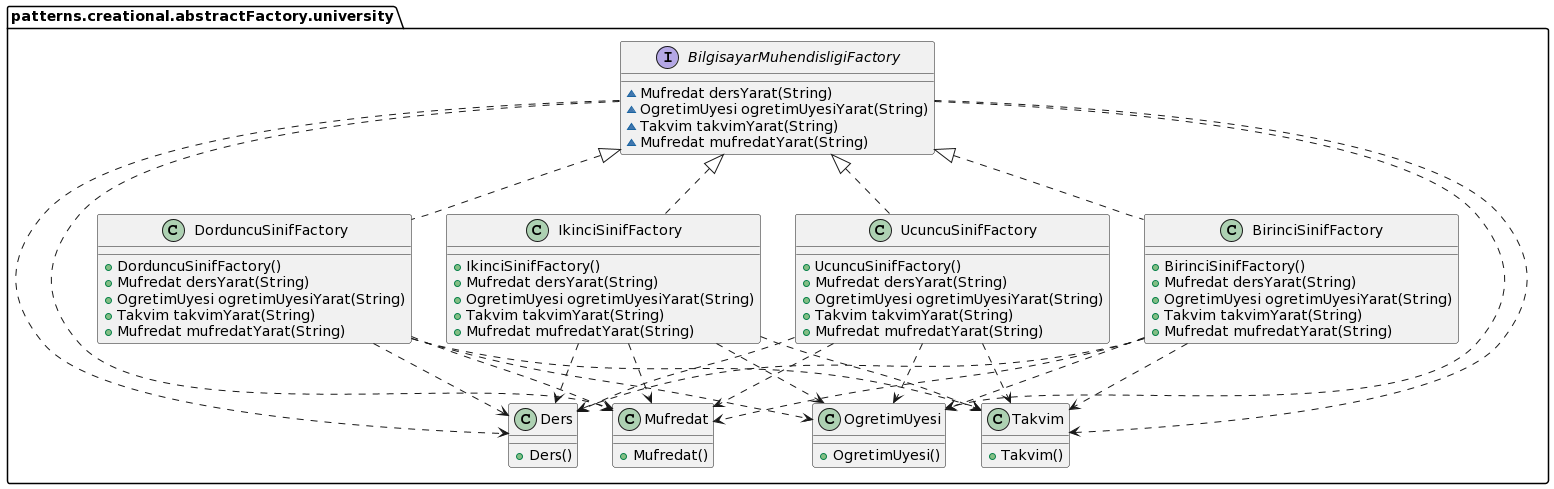
This is umls/creational/AbstractFactoryUML.png from MertBaran/Design-Patterns, a PlantUML export, as it was before one commit. The source it was exported from:
```plantuml
@startuml
class patterns.creational.abstractFactory.university.DorduncuSinifFactory {
+ DorduncuSinifFactory()
+ Mufredat dersYarat(String)
+ OgretimUyesi ogretimUyesiYarat(String)
+ Takvim takvimYarat(String)
+ Mufredat mufredatYarat(String)
}
class patterns.creational.abstractFactory.university.Ders {
+ Ders()
}
class patterns.creational.abstractFactory.university.Mufredat {
+  Mufredat()
}
interface patterns.creational.abstractFactory.university.BilgisayarMuhendisligiFactory {
~ Mufredat dersYarat(String)
~ OgretimUyesi ogretimUyesiYarat(String)
~ Takvim takvimYarat(String)
~ Mufredat mufredatYarat(String)
}
class patterns.creational.abstractFactory.university.OgretimUyesi {
+  OgretimUyesi()
}
class patterns.creational.abstractFactory.university.Takvim {
+ Takvim()
}
class patterns.creational.abstractFactory.university.IkinciSinifFactory {
+ IkinciSinifFactory()
+ Mufredat dersYarat(String)
+ OgretimUyesi ogretimUyesiYarat(String)
+ Takvim takvimYarat(String)
+ Mufredat mufredatYarat(String)
}
class patterns.creational.abstractFactory.university.UcuncuSinifFactory {
+ UcuncuSinifFactory()
+ Mufredat dersYarat(String)
+ OgretimUyesi ogretimUyesiYarat(String)
+ Takvim takvimYarat(String)
+ Mufredat mufredatYarat(String)
}
class patterns.creational.abstractFactory.university.BirinciSinifFactory {
+ BirinciSinifFactory()
+ Mufredat dersYarat(String)
+ OgretimUyesi ogretimUyesiYarat(String)
+ Takvim takvimYarat(String)
+ Mufredat mufredatYarat(String)
}


patterns.creational.abstractFactory.university.BilgisayarMuhendisligiFactory ..> patterns.creational.abstractFactory.university.Ders
patterns.creational.abstractFactory.university.BilgisayarMuhendisligiFactory ..> patterns.creational.abstractFactory.university.Mufredat
patterns.creational.abstractFactory.university.BilgisayarMuhendisligiFactory ..> patterns.creational.abstractFactory.university.Takvim
patterns.creational.abstractFactory.university.BilgisayarMuhendisligiFactory ..> patterns.creational.abstractFactory.university.OgretimUyesi
patterns.creational.abstractFactory.university.BilgisayarMuhendisligiFactory <|.. patterns.creational.abstractFactory.university.DorduncuSinifFactory
patterns.creational.abstractFactory.university.DorduncuSinifFactory ..> patterns.creational.abstractFactory.university.Ders
patterns.creational.abstractFactory.university.DorduncuSinifFactory ..> patterns.creational.abstractFactory.university.Mufredat
patterns.creational.abstractFactory.university.DorduncuSinifFactory ..> patterns.creational.abstractFactory.university.OgretimUyesi
patterns.creational.abstractFactory.university.DorduncuSinifFactory ..> patterns.creational.abstractFactory.university.Takvim
patterns.creational.abstractFactory.university.BilgisayarMuhendisligiFactory <|.. patterns.creational.abstractFactory.university.IkinciSinifFactory
patterns.creational.abstractFactory.university.IkinciSinifFactory ..> patterns.creational.abstractFactory.university.Ders
patterns.creational.abstractFactory.university.IkinciSinifFactory ..> patterns.creational.abstractFactory.university.Mufredat
patterns.creational.abstractFactory.university.IkinciSinifFactory ..> patterns.creational.abstractFactory.university.OgretimUyesi
patterns.creational.abstractFactory.university.IkinciSinifFactory ..> patterns.creational.abstractFactory.university.Takvim
patterns.creational.abstractFactory.university.BilgisayarMuhendisligiFactory <|.. patterns.creational.abstractFactory.university.UcuncuSinifFactory
patterns.creational.abstractFactory.university.UcuncuSinifFactory ..> patterns.creational.abstractFactory.university.Ders
patterns.creational.abstractFactory.university.UcuncuSinifFactory ..> patterns.creational.abstractFactory.university.Mufredat
patterns.creational.abstractFactory.university.UcuncuSinifFactory ..> patterns.creational.abstractFactory.university.OgretimUyesi
patterns.creational.abstractFactory.university.UcuncuSinifFactory ..> patterns.creational.abstractFactory.university.Takvim
patterns.creational.abstractFactory.university.BilgisayarMuhendisligiFactory <|.. patterns.creational.abstractFactory.university.BirinciSinifFactory
patterns.creational.abstractFactory.university.BirinciSinifFactory ..> patterns.creational.abstractFactory.university.Ders
patterns.creational.abstractFactory.university.BirinciSinifFactory ..> patterns.creational.abstractFactory.university.Mufredat
patterns.creational.abstractFactory.university.BirinciSinifFactory ..> patterns.creational.abstractFactory.university.OgretimUyesi
patterns.creational.abstractFactory.university.BirinciSinifFactory ..> patterns.creational.abstractFactory.university.Takvim
@enduml
```
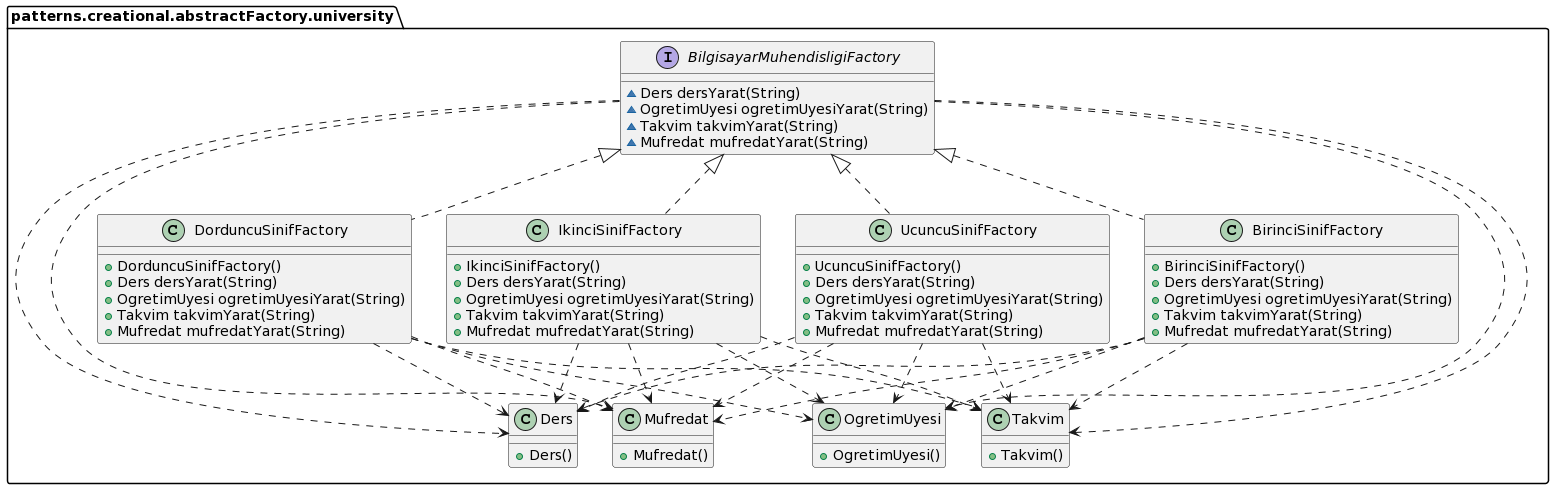
After the change.

Change to the diagram source:
```diff
@@ -1,7 +1,7 @@
 @startuml
 class patterns.creational.abstractFactory.university.DorduncuSinifFactory {
 + DorduncuSinifFactory()
-+ Mufredat dersYarat(String)
++ Ders dersYarat(String)
 + OgretimUyesi ogretimUyesiYarat(String)
 + Takvim takvimYarat(String)
 + Mufredat mufredatYarat(String)
@@ -13,7 +13,7 @@
 +  Mufredat()
 }
 interface patterns.creational.abstractFactory.university.BilgisayarMuhendisligiFactory {
-~ Mufredat dersYarat(String)
+~ Ders dersYarat(String)
 ~ OgretimUyesi ogretimUyesiYarat(String)
 ~ Takvim takvimYarat(String)
 ~ Mufredat mufredatYarat(String)
@@ -26,21 +26,21 @@
 }
 class patterns.creational.abstractFactory.university.IkinciSinifFactory {
 + IkinciSinifFactory()
-+ Mufredat dersYarat(String)
++ Ders dersYarat(String)
 + OgretimUyesi ogretimUyesiYarat(String)
 + Takvim takvimYarat(String)
 + Mufredat mufredatYarat(String)
 }
 class patterns.creational.abstractFactory.university.UcuncuSinifFactory {
 + UcuncuSinifFactory()
-+ Mufredat dersYarat(String)
++ Ders dersYarat(String)
 + OgretimUyesi ogretimUyesiYarat(String)
 + Takvim takvimYarat(String)
 + Mufredat mufredatYarat(String)
 }
 class patterns.creational.abstractFactory.university.BirinciSinifFactory {
 + BirinciSinifFactory()
-+ Mufredat dersYarat(String)
++ Ders dersYarat(String)
 + OgretimUyesi ogretimUyesiYarat(String)
 + Takvim takvimYarat(String)
 + Mufredat mufredatYarat(String)
```
